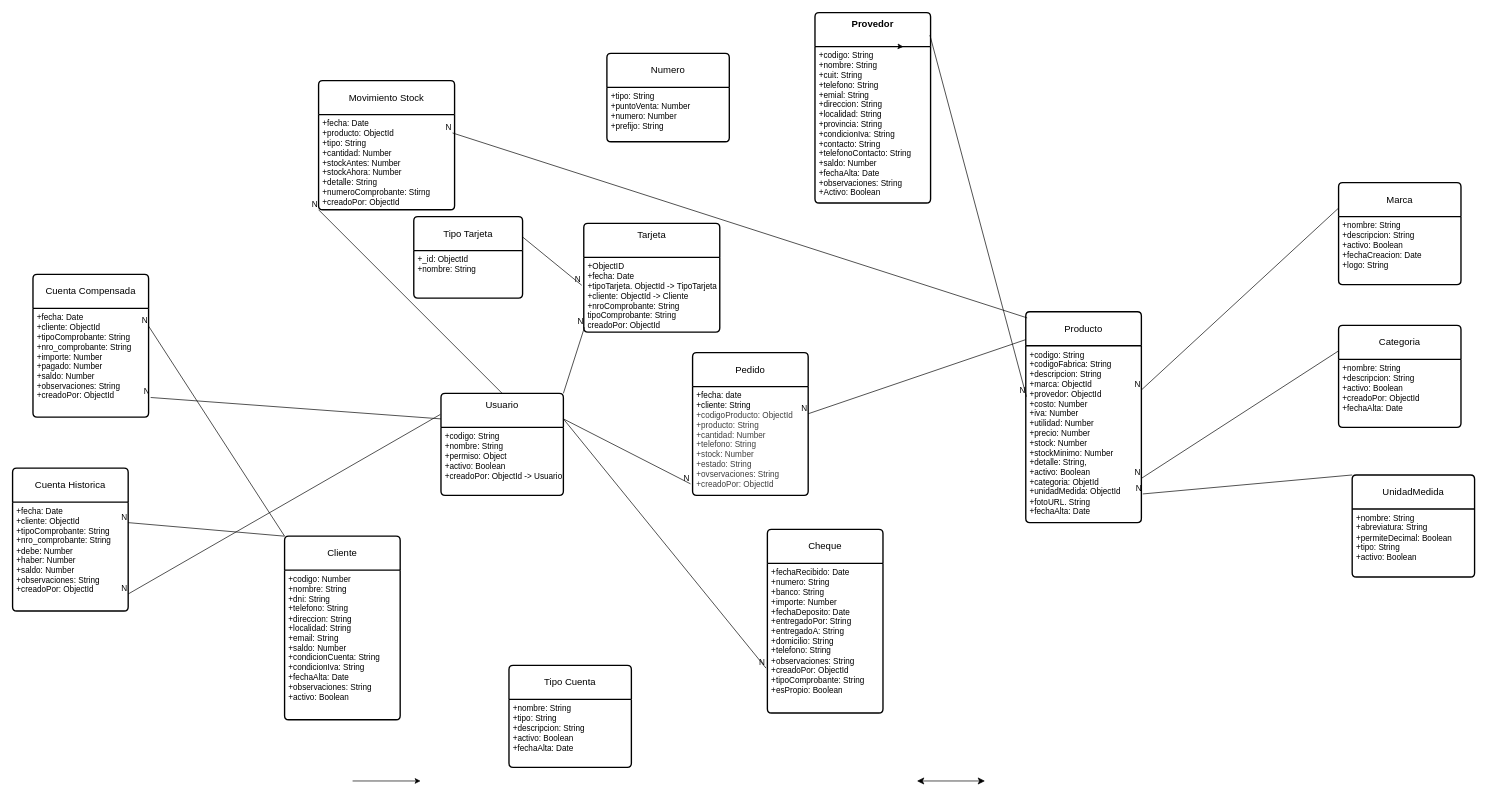
The draw.io diagram servidor/relacion/database.drawio in Pelusasasasa/comercio, before the edit. Source tidied: cells renumbered, new cells numbered last; positions are measured from the earlier drawing's top-left corner, leaving out a move shared by most shapes. Both pictures are drawn from the tidied source at 68%, with x=0, y=0 at pixel (12, 12).
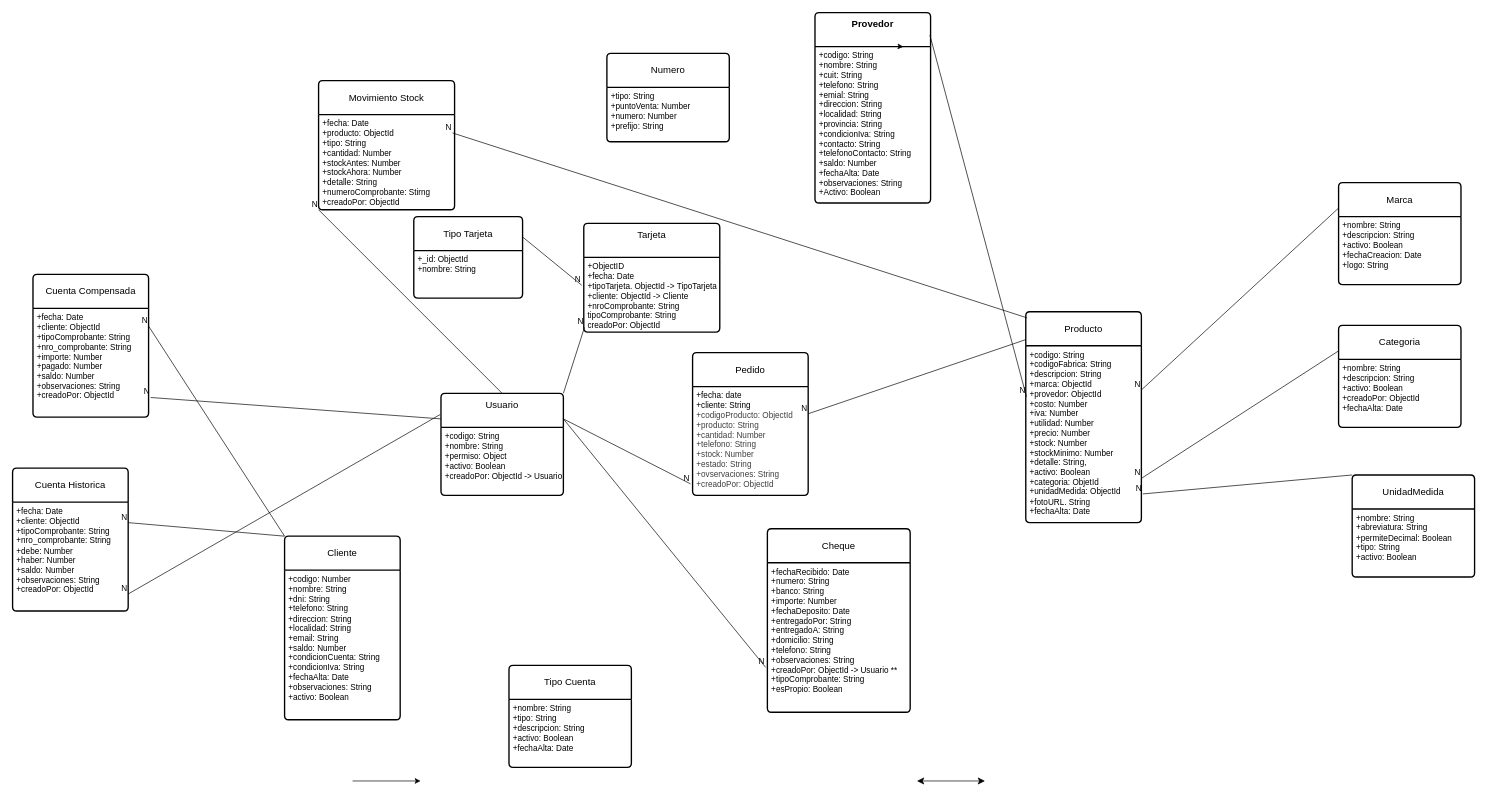
Above is the later version.

The edit, as a diff of the source:
```diff
@@
     <mxCell id="56" value="&lt;div&gt;Cheque&lt;/div&gt;" style="swimlane;horizontal=1;startSize=50;rounded=1;fontSize=14;fontStyle=0;strokeWidth=2;shadow=0;dashed=0;align=center;arcSize=4;whiteSpace=wrap;html=1;" parent="1" vertex="1">
-      <mxGeometry x="1110" y="760" width="170" height="270" as="geometry" />
+      <mxGeometry x="1110" y="759" width="210" height="270" as="geometry" />
     </mxCell>
-    <mxCell id="57" value="+fechaRecibido: Date&lt;div&gt;+numero: String&lt;/div&gt;&lt;div&gt;+banco: String&lt;/div&gt;&lt;div&gt;+importe: Number&lt;/div&gt;&lt;div&gt;+fechaDeposito: Date&lt;/div&gt;&lt;div&gt;+entregadoPor: String&lt;/div&gt;&lt;div&gt;+entregadoA: String&lt;/div&gt;&lt;div&gt;+domicilio: String&lt;/div&gt;&lt;div&gt;+telefono: String&lt;/div&gt;&lt;div&gt;+observaciones: String&lt;/div&gt;&lt;div&gt;+creadoPor: ObjectId&lt;/div&gt;&lt;div&gt;+tipoComprobante: String&lt;/div&gt;&lt;div&gt;+esPropio: Boolean&lt;/div&gt;" style="align=left;strokeColor=none;fillColor=none;spacingLeft=4;fontSize=12;verticalAlign=top;html=1;" parent="56" vertex="1">
-      <mxGeometry y="50" width="170" height="220" as="geometry" />
+    <mxCell id="57" value="+fechaRecibido: Date&lt;div&gt;+numero: String&lt;/div&gt;&lt;div&gt;+banco: String&lt;/div&gt;&lt;div&gt;+importe: Number&lt;/div&gt;&lt;div&gt;+fechaDeposito: Date&lt;/div&gt;&lt;div&gt;+entregadoPor: String&lt;/div&gt;&lt;div&gt;+entregadoA: String&lt;/div&gt;&lt;div&gt;+domicilio: String&lt;/div&gt;&lt;div&gt;+telefono: String&lt;/div&gt;&lt;div&gt;+observaciones: String&lt;/div&gt;&lt;div&gt;+creadoPor: ObjectId -&amp;gt; Usuario **&lt;/div&gt;&lt;div&gt;+tipoComprobante: String&lt;/div&gt;&lt;div&gt;+esPropio: Boolean&lt;/div&gt;" style="align=left;strokeColor=none;fillColor=none;spacingLeft=4;fontSize=12;verticalAlign=top;html=1;" parent="56" vertex="1">
+      <mxGeometry y="50" width="210" height="220" as="geometry" />
     </mxCell>
```
